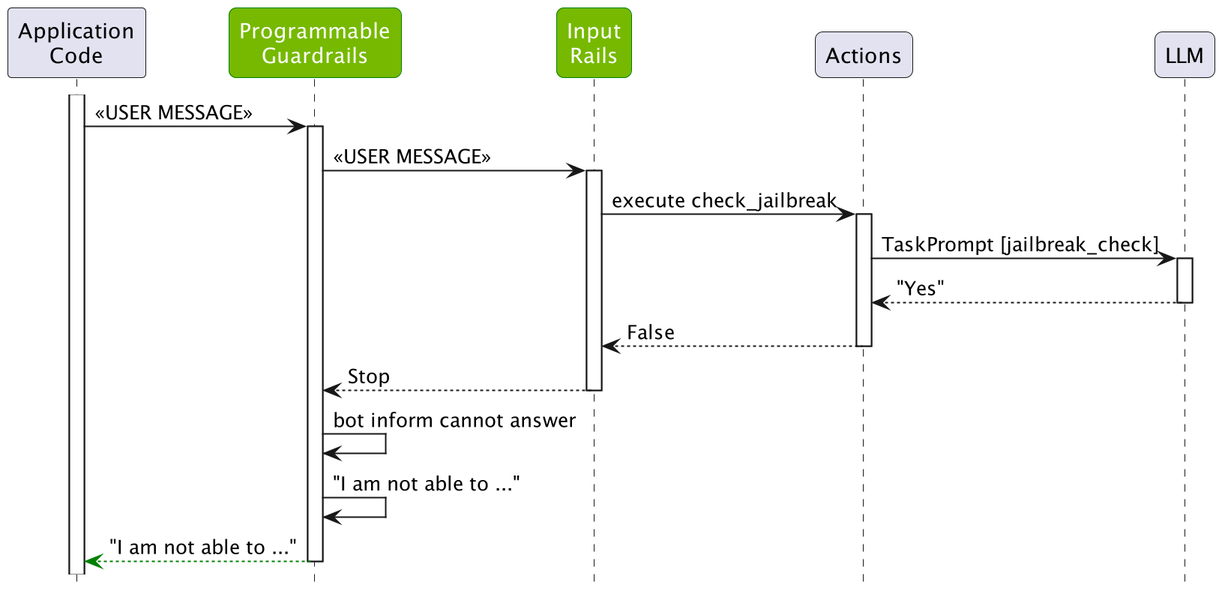
This is docs/_assets/puml/input_rails_fig_1.png from NVIDIA/NeMo-Guardrails, a PlantUML export, as it was before one commit.
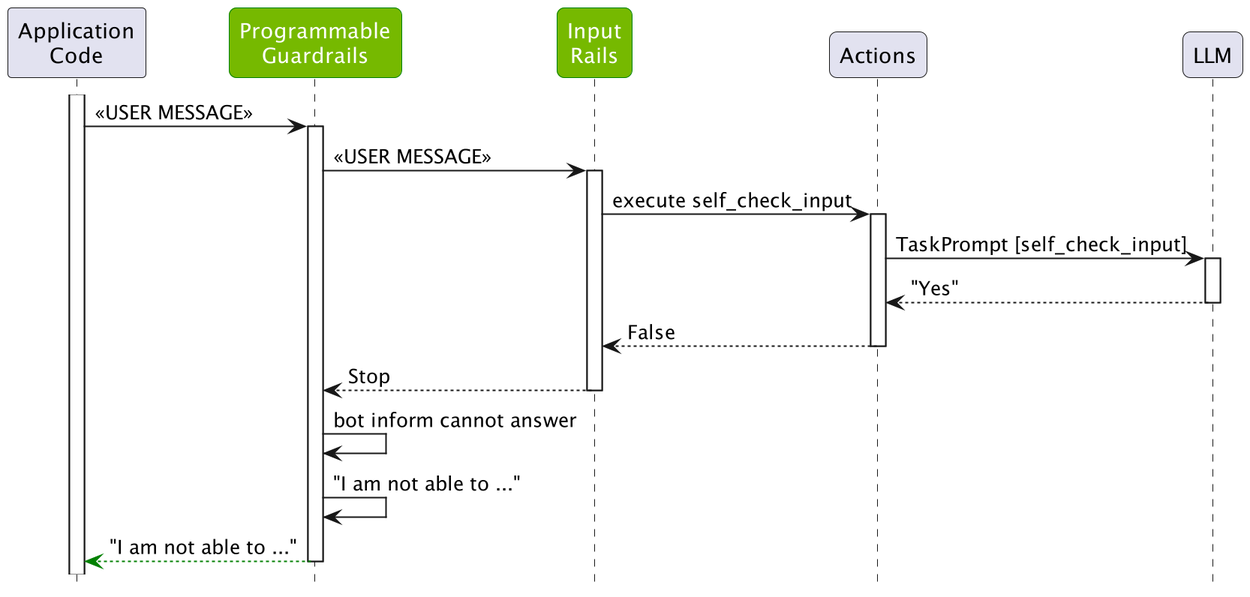
After the commit.

Change to the diagram source:
```diff
@@ -23,10 +23,10 @@
 LLMRails->IR: <<USER MESSAGE>>
 activate IR
 
-IR->Actions: execute check_jailbreak
+IR->Actions: execute self_check_input
 activate Actions
 
-Actions->LLM: TaskPrompt [jailbreak_check]
+Actions->LLM: TaskPrompt [self_check_input]
 activate LLM
 return "Yes"
 
```
